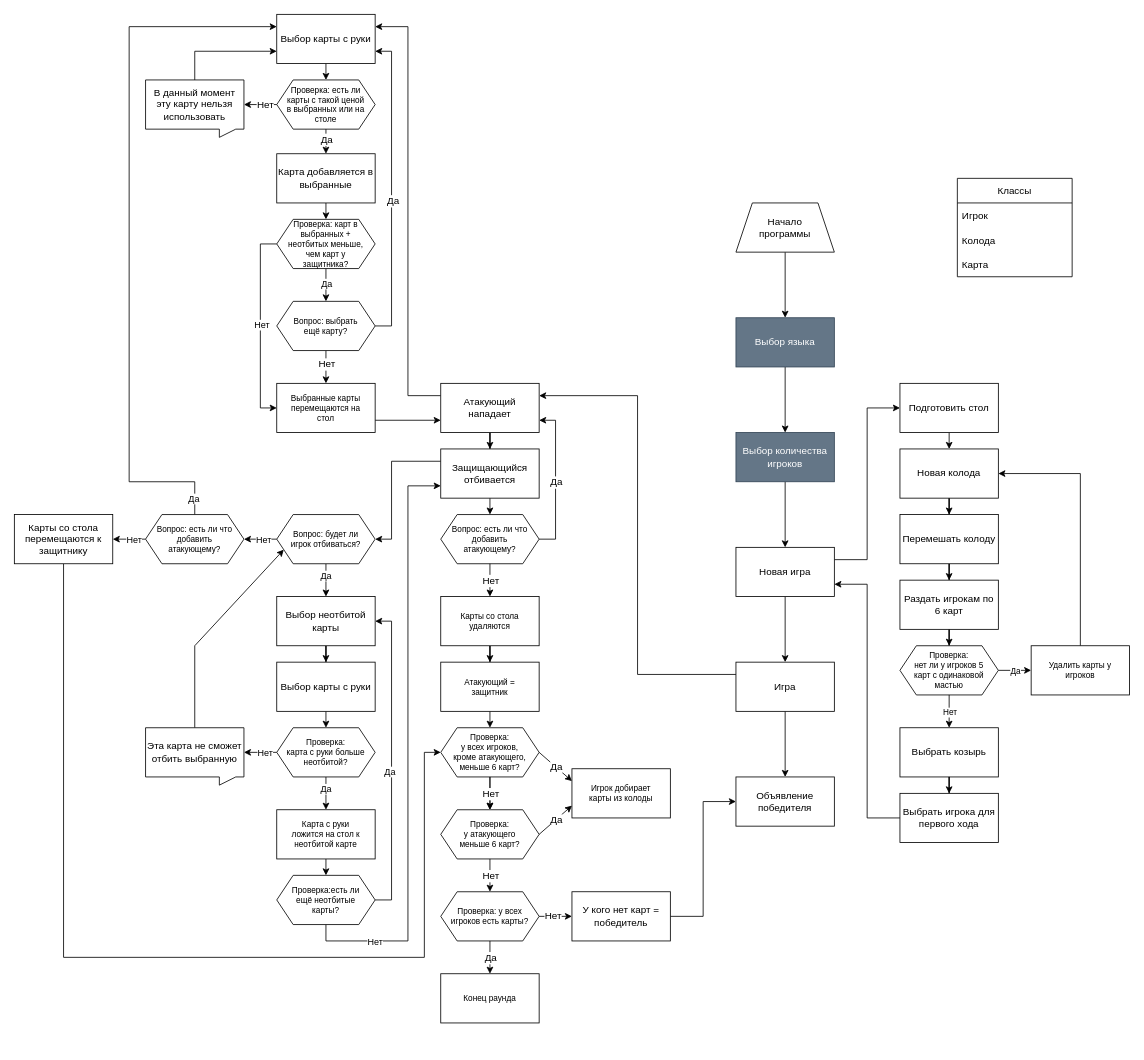
Before: Diagram.drawio in JxSol/Durak, a draw.io diagram. Source tidied: cells renumbered, new cells numbered last; positions are measured from the earlier drawing's top-left corner, leaving out a move shared by most shapes. Both pictures are drawn from the tidied source at 82%, with x=0, y=0 at pixel (14, 14).
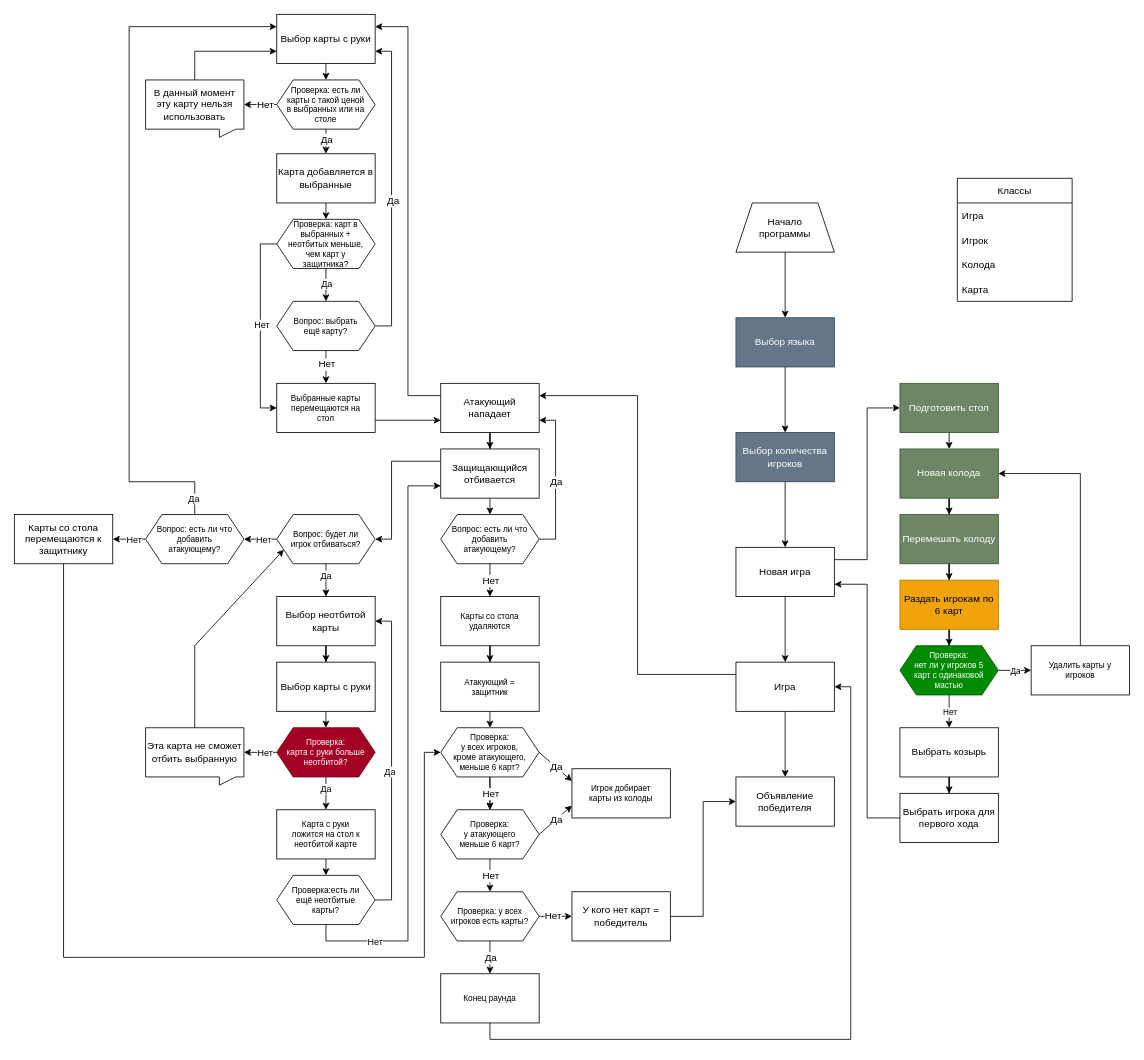
The same diagram, later.

Unchanged cells that the change refers to:
```xml
<mxCell id="32" value="Игра" style="whiteSpace=wrap;html=1;" parent="1" vertex="1">
  <mxGeometry x="880" y="790" width="120" height="60" as="geometry" />
</mxCell>
<mxCell id="63" value="Конец раунда" style="whiteSpace=wrap;html=1;fontSize=10;spacing=2;spacingLeft=10;spacingRight=10;" parent="1" vertex="1">
  <mxGeometry x="520" y="1170" width="120" height="60" as="geometry" />
</mxCell>
```

What changed in the source:
```diff
@@
-    <mxCell id="12" value="Новая колода" style="rounded=0;whiteSpace=wrap;html=1;" parent="1" vertex="1">
+    <mxCell id="12" value="Новая колода" style="rounded=0;whiteSpace=wrap;html=1;fillColor=#6d8764;fontColor=#ffffff;strokeColor=#3A5431;" parent="1" vertex="1">
       <mxGeometry x="1080" y="530" width="120" height="60" as="geometry" />
     </mxCell>
@@
-    <mxCell id="14" value="Перемешать колоду" style="rounded=0;whiteSpace=wrap;html=1;" parent="1" vertex="1">
+    <mxCell id="14" value="Перемешать колоду" style="rounded=0;whiteSpace=wrap;html=1;fillColor=#6d8764;fontColor=#ffffff;strokeColor=#3A5431;" parent="1" vertex="1">
       <mxGeometry x="1080" y="610" width="120" height="60" as="geometry" />
     </mxCell>
@@
-    <mxCell id="16" value="Раздать игрокам по 6 карт" style="rounded=0;whiteSpace=wrap;html=1;" parent="1" vertex="1">
+    <mxCell id="16" value="Раздать игрокам по 6 карт" style="rounded=0;whiteSpace=wrap;html=1;fillColor=#f0a30a;strokeColor=#BD7000;fontColor=#000000;" parent="1" vertex="1">
       <mxGeometry x="1080" y="690" width="120" height="60" as="geometry" />
     </mxCell>
@@
-    <mxCell id="22" value="Подготовить стол" style="whiteSpace=wrap;html=1;rounded=0;" parent="1" vertex="1">
+    <mxCell id="22" value="Подготовить стол" style="whiteSpace=wrap;html=1;rounded=0;fillColor=#6d8764;fontColor=#ffffff;strokeColor=#3A5431;" parent="1" vertex="1">
       <mxGeometry x="1080" y="450" width="120" height="60" as="geometry" />
     </mxCell>
@@
-    <mxCell id="25" value="&lt;div style=&quot;font-size: 10px;&quot;&gt;Проверка:&lt;/div&gt;&lt;div style=&quot;font-size: 10px;&quot;&gt;нет ли у игроков 5 карт с одинаковой мастью&lt;br style=&quot;font-size: 10px;&quot;&gt;&lt;/div&gt;" style="shape=hexagon;perimeter=hexagonPerimeter2;whiteSpace=wrap;html=1;fixedSize=1;fontSize=10;spacing=2;spacingLeft=10;spacingRight=10;" parent="1" vertex="1">
+    <mxCell id="25" value="&lt;div style=&quot;font-size: 10px;&quot;&gt;Проверка:&lt;/div&gt;&lt;div style=&quot;font-size: 10px;&quot;&gt;нет ли у игроков 5 карт с одинаковой мастью&lt;br style=&quot;font-size: 10px;&quot;&gt;&lt;/div&gt;" style="shape=hexagon;perimeter=hexagonPerimeter2;whiteSpace=wrap;html=1;fixedSize=1;fontSize=10;spacing=2;spacingLeft=10;spacingRight=10;fillColor=#008a00;fontColor=#ffffff;strokeColor=#005700;" parent="1" vertex="1">
       <mxGeometry x="1080" y="770" width="120" height="60" as="geometry" />
     </mxCell>
@@
+    <mxCell id="126" style="edgeStyle=orthogonalEdgeStyle;rounded=0;jettySize=auto;html=1;exitX=0.5;exitY=1;exitDx=0;exitDy=0;entryX=1;entryY=0.5;entryDx=0;entryDy=0;elbow=vertical;" parent="1" edge="1" source="63" target="32">
+      <mxGeometry relative="1" as="geometry" />
+    </mxCell>
@@
-    <mxCell id="98" value="&lt;div&gt;Проверка:&lt;/div&gt;&lt;div&gt;карта с руки больше неотбитой?&lt;br&gt;&lt;/div&gt;" style="shape=hexagon;perimeter=hexagonPerimeter2;whiteSpace=wrap;html=1;fixedSize=1;fontSize=10;spacing=2;spacingLeft=10;spacingRight=10;" parent="1" vertex="1">
+    <mxCell id="98" value="&lt;div&gt;Проверка:&lt;/div&gt;&lt;div&gt;карта с руки больше неотбитой?&lt;br&gt;&lt;/div&gt;" style="shape=hexagon;perimeter=hexagonPerimeter2;whiteSpace=wrap;html=1;fixedSize=1;fontSize=10;spacing=2;spacingLeft=10;spacingRight=10;fillColor=#a20025;fontColor=#ffffff;strokeColor=#6F0000;" parent="1" vertex="1">
       <mxGeometry x="320" y="870" width="120" height="60" as="geometry" />
     </mxCell>
@@
     <mxCell id="122" value="Классы" style="swimlane;fontStyle=0;horizontal=1;startSize=30;" parent="1" vertex="1">
-      <mxGeometry x="1150" y="200" width="140" height="120" as="geometry" />
+      <mxGeometry x="1150" y="200" width="140" height="150" as="geometry" />
     </mxCell>
+    <mxCell id="127" value="Игра" style="text;strokeColor=none;fillColor=none;align=left;verticalAlign=middle;spacingLeft=4;spacingRight=4;overflow=hidden;" parent="122" vertex="1">
+      <mxGeometry y="30" width="140" height="30" as="geometry" />
+    </mxCell>
     <mxCell id="123" value="Игрок" style="text;strokeColor=none;fillColor=none;align=left;verticalAlign=middle;spacingLeft=4;spacingRight=4;overflow=hidden;" parent="122" vertex="1">
-      <mxGeometry y="30" width="140" height="30" as="geometry" />
+      <mxGeometry y="60" width="140" height="30" as="geometry" />
     </mxCell>
     <mxCell id="124" value="Колода" style="text;strokeColor=none;fillColor=none;align=left;verticalAlign=middle;spacingLeft=4;spacingRight=4;overflow=hidden;" parent="122" vertex="1">
-      <mxGeometry y="60" width="140" height="30" as="geometry" />
+      <mxGeometry y="90" width="140" height="30" as="geometry" />
     </mxCell>
     <mxCell id="125" value="Карта" style="text;strokeColor=none;fillColor=none;align=left;verticalAlign=middle;spacingLeft=4;spacingRight=4;overflow=hidden;" parent="122" vertex="1">
-      <mxGeometry y="90" width="140" height="30" as="geometry" />
+      <mxGeometry y="120" width="140" height="30" as="geometry" />
     </mxCell>
```
